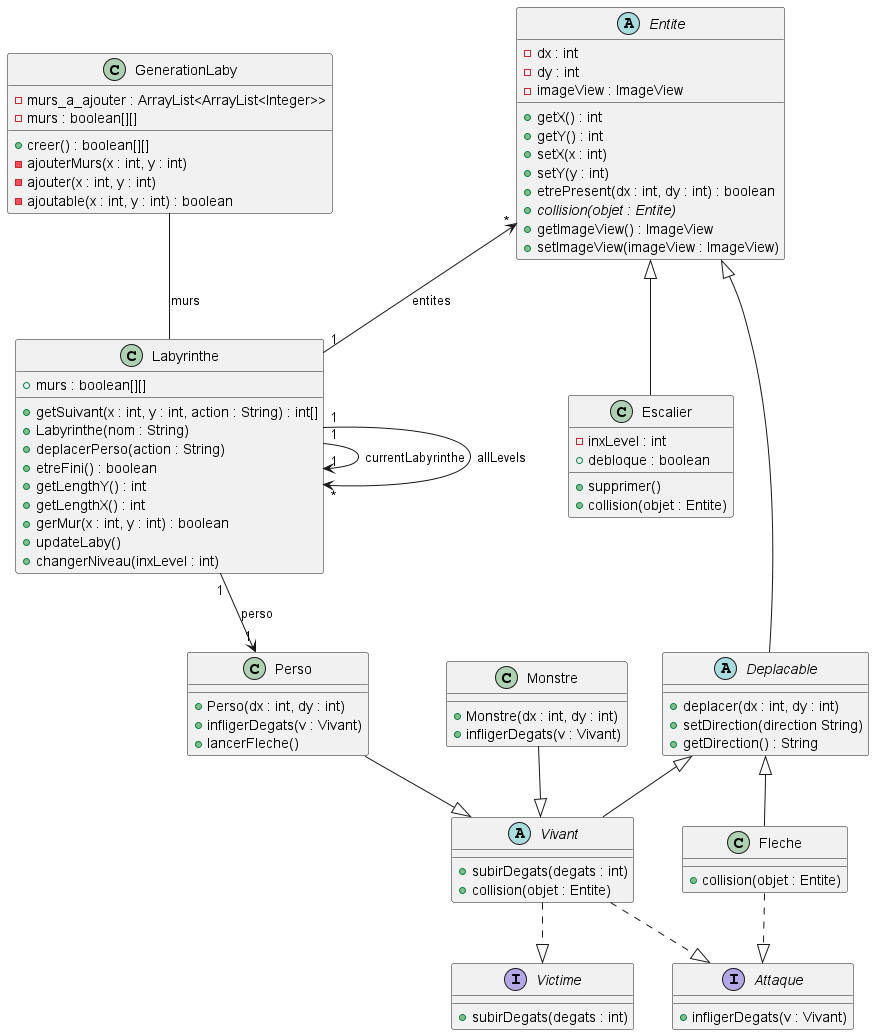
The PlantUML diagram documents/version_4/diag_classe_v4.png in remi-choffat/2024_Zeldiablo_remi-choffat_Cesareuh_katrinltvnv, before a commit. Source of this version:
```plantuml
@startuml

abstract class Entite{
-dx : int
-dy : int
-imageView : ImageView
+getX() : int
+getY() : int
+setX(x : int)
+setY(y : int)
+etrePresent(dx : int, dy : int) : boolean
+{abstract}collision(objet : Entite)
+getImageView() : ImageView
+setImageView(imageView : ImageView)
}

abstract class Deplacable{
+deplacer(dx : int, dy : int)
+setDirection(direction String)
+getDirection() : String
}

class Perso{
+Perso(dx : int, dy : int)
+infligerDegats(v : Vivant)
+lancerFleche()
}

class Monstre{
+Monstre(dx : int, dy : int)
+infligerDegats(v : Vivant)
}

abstract class Vivant{
+subirDegats(degats : int)
+collision(objet : Entite)
}

interface Victime {
+subirDegats(degats : int)
}

interface Attaque {
+infligerDegats(v : Vivant)
}

class Fleche {
+collision(objet : Entite)
}

class Escalier{
-inxLevel : int
+debloque : boolean
+supprimer()
+collision(objet : Entite)
}

class Labyrinthe{
+murs : boolean[][]
+getSuivant(x : int, y : int, action : String) : int[]
+Labyrinthe(nom : String)
+deplacerPerso(action : String)
+etreFini() : boolean
+getLengthY() : int
+getLengthX() : int
+gerMur(x : int, y : int) : boolean
+updateLaby()
+changerNiveau(inxLevel : int)
}

class GenerationLaby {
-murs_a_ajouter : ArrayList<ArrayList<Integer>>
-murs : boolean[][]
+creer() : boolean[][]
-ajouterMurs(x : int, y : int)
-ajouter(x : int, y : int)
-ajoutable(x : int, y : int) : boolean
}

Entite <|-- Deplacable
Deplacable <|-- Fleche
Deplacable <|-- Vivant
Perso --|> Vivant
Monstre --|> Vivant
Vivant ..|> Victime
Vivant ..|> Attaque
Fleche ..|> Attaque
Entite <|-- Escalier
Entite "*" <-- "1" Labyrinthe : entites
Labyrinthe "1" --> "1" Perso : perso
Labyrinthe "1" --> "1" Labyrinthe : currentLabyrinthe
Labyrinthe "1" --> "*" Labyrinthe : allLevels
GenerationLaby -- Labyrinthe : murs
@enduml
```
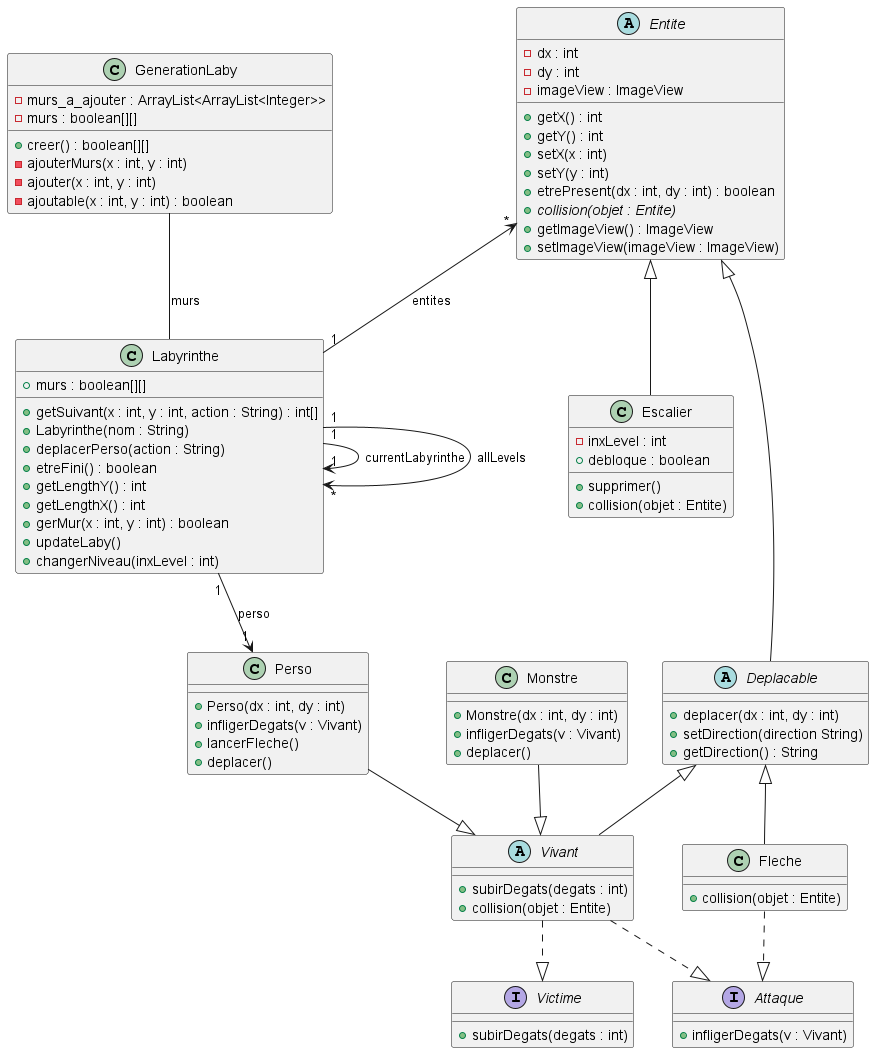
Above is the later version.

The edit, as a diff of the source:
```diff
@@ -24,11 +24,13 @@
 +Perso(dx : int, dy : int)
 +infligerDegats(v : Vivant)
 +lancerFleche()
++deplacer()
 }
 
 class Monstre{
 +Monstre(dx : int, dy : int)
 +infligerDegats(v : Vivant)
++deplacer()
 }
 
 abstract class Vivant{
```
